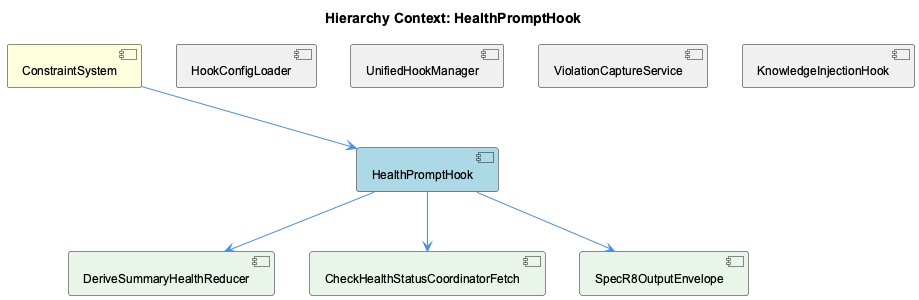
The PlantUML diagram knowledge-management/insights/images/health-prompt-hook-relationship.png in fwornle/coding, before a commit. The source it was exported from:
```plantuml
@startuml
!include _standard-style.puml

title Hierarchy Context: HealthPromptHook

[ConstraintSystem] as constraint_system #FFFFDD
[HealthPromptHook] as health_prompt_hook #LightBlue
[HookConfigLoader] as hook_config_loader #F0F0F0
[UnifiedHookManager] as unified_hook_manager #F0F0F0
[ViolationCaptureService] as violation_capture_service #F0F0F0
[KnowledgeInjectionHook] as knowledge_injection_hook #F0F0F0
[DeriveSummaryHealthReducer] as derive_summary_health_reducer #E8F5E8
[CheckHealthStatusCoordinatorFetch] as check_health_status_coordinator_fetch #E8F5E8
[SpecR8OutputEnvelope] as spec_r8_output_envelope #E8F5E8

constraint_system --> health_prompt_hook
hook_config_loader -[hidden]- health_prompt_hook
unified_hook_manager -[hidden]- health_prompt_hook
violation_capture_service -[hidden]- health_prompt_hook
knowledge_injection_hook -[hidden]- health_prompt_hook
health_prompt_hook --> derive_summary_health_reducer
health_prompt_hook --> check_health_status_coordinator_fetch
health_prompt_hook --> spec_r8_output_envelope

@enduml
```
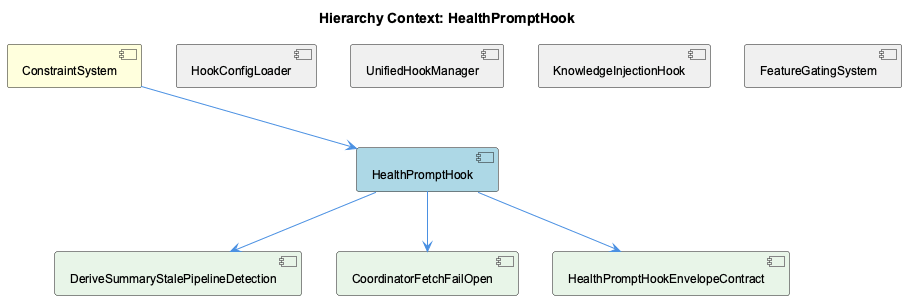
Above is the later version.

The edit, as a diff of the source:
```diff
@@ -7,19 +7,19 @@
 [HealthPromptHook] as health_prompt_hook #LightBlue
 [HookConfigLoader] as hook_config_loader #F0F0F0
 [UnifiedHookManager] as unified_hook_manager #F0F0F0
-[ViolationCaptureService] as violation_capture_service #F0F0F0
 [KnowledgeInjectionHook] as knowledge_injection_hook #F0F0F0
-[DeriveSummaryHealthReducer] as derive_summary_health_reducer #E8F5E8
-[CheckHealthStatusCoordinatorFetch] as check_health_status_coordinator_fetch #E8F5E8
-[SpecR8OutputEnvelope] as spec_r8_output_envelope #E8F5E8
+[FeatureGatingSystem] as feature_gating_system #F0F0F0
+[DeriveSummaryStalePipelineDetection] as derive_summary_stale_pipeline_detection #E8F5E8
+[CoordinatorFetchFailOpen] as coordinator_fetch_fail_open #E8F5E8
+[HealthPromptHookEnvelopeContract] as health_prompt_hook_envelope_contract #E8F5E8
 
 constraint_system --> health_prompt_hook
 hook_config_loader -[hidden]- health_prompt_hook
 unified_hook_manager -[hidden]- health_prompt_hook
-violation_capture_service -[hidden]- health_prompt_hook
 knowledge_injection_hook -[hidden]- health_prompt_hook
-health_prompt_hook --> derive_summary_health_reducer
-health_prompt_hook --> check_health_status_coordinator_fetch
-health_prompt_hook --> spec_r8_output_envelope
+feature_gating_system -[hidden]- health_prompt_hook
+health_prompt_hook --> derive_summary_stale_pipeline_detection
+health_prompt_hook --> coordinator_fetch_fail_open
+health_prompt_hook --> health_prompt_hook_envelope_contract
 
 @enduml
```
